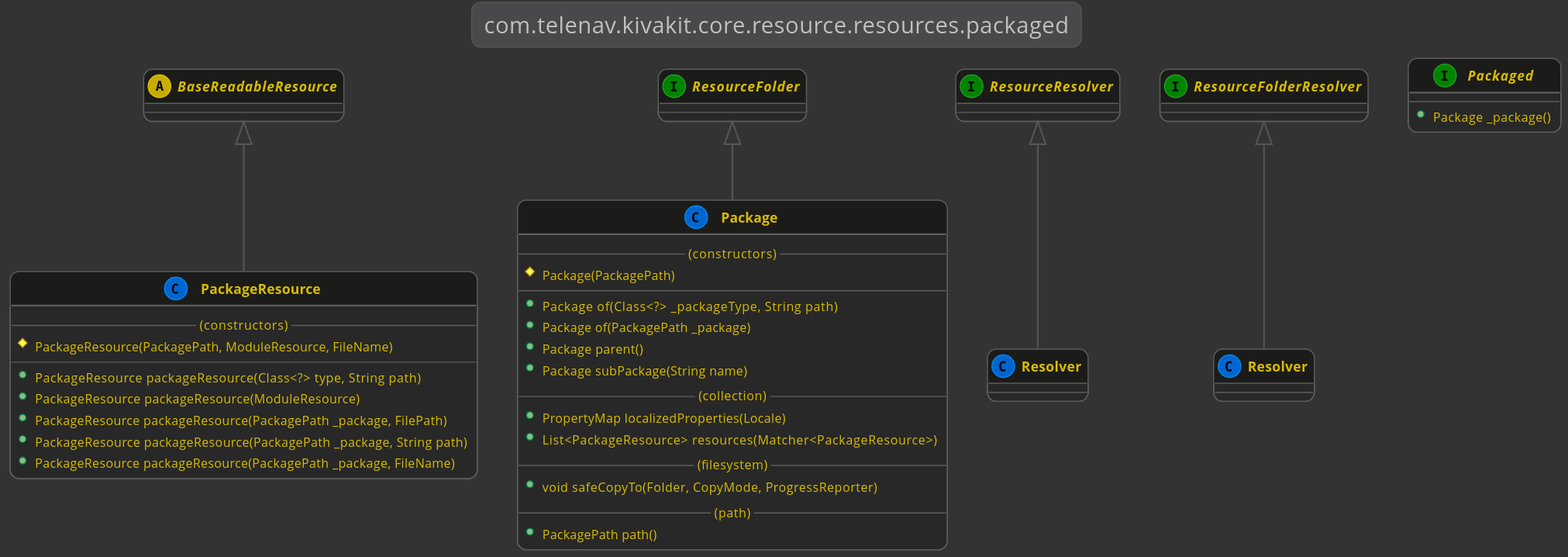
Earlier version of the PlantUML export kivakit-core/resource/documentation/diagrams/com.telenav.kivakit.core.resource.resources.packaged.svg (Telenav/kivakit).
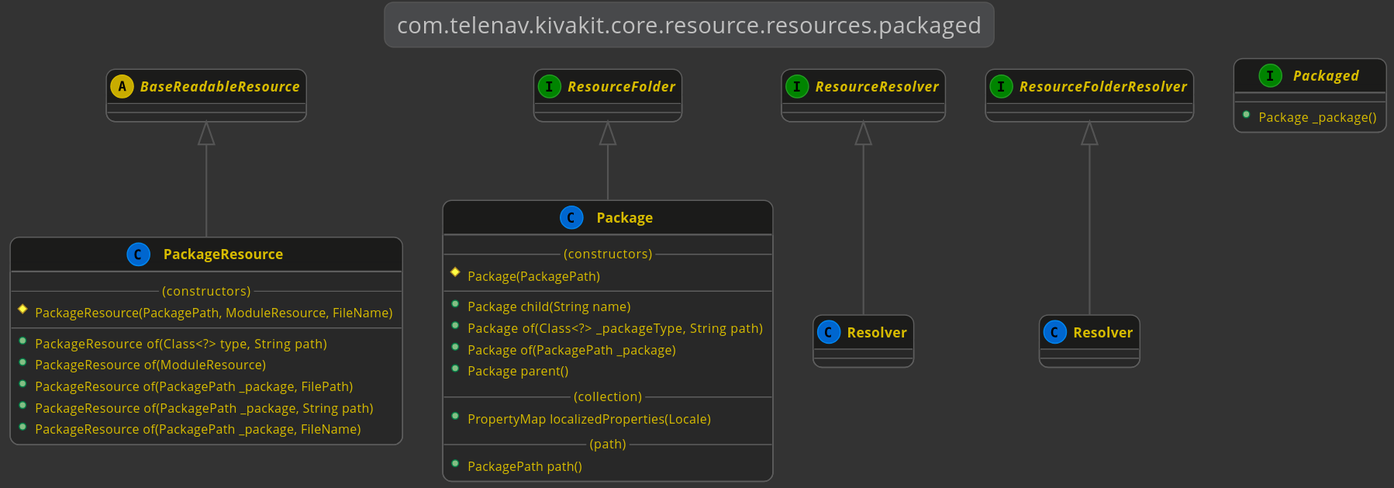
After the change.

What changed in the source:
```diff
@@ -16,15 +16,12 @@
         --(constructors)--
         #Package(PackagePath)
         --
+        +Package child(String name)
         +Package of(Class<?> _packageType, String path)
         +Package of(PackagePath _package)
         +Package parent()
-        +Package subPackage(String name)
         --(collection)--
         +PropertyMap localizedProperties(Locale)
-        +List<PackageResource> resources(Matcher<PackageResource>)
-        --(filesystem)--
-        +void safeCopyTo(Folder, CopyMode, ProgressReporter)
         --(path)--
         +PackagePath path()
     }
@@ -35,11 +32,11 @@
         --(constructors)--
         #PackageResource(PackagePath, ModuleResource, FileName)
         --
-        +PackageResource packageResource(Class<?> type, String path)
-        +PackageResource packageResource(ModuleResource)
-        +PackageResource packageResource(PackagePath _package, FilePath)
-        +PackageResource packageResource(PackagePath _package, String path)
-        +PackageResource packageResource(PackagePath _package, FileName)
+        +PackageResource of(Class<?> type, String path)
+        +PackageResource of(ModuleResource)
+        +PackageResource of(PackagePath _package, FilePath)
+        +PackageResource of(PackagePath _package, String path)
+        +PackageResource of(PackagePath _package, FileName)
     }
 
     interface Packaged
```
